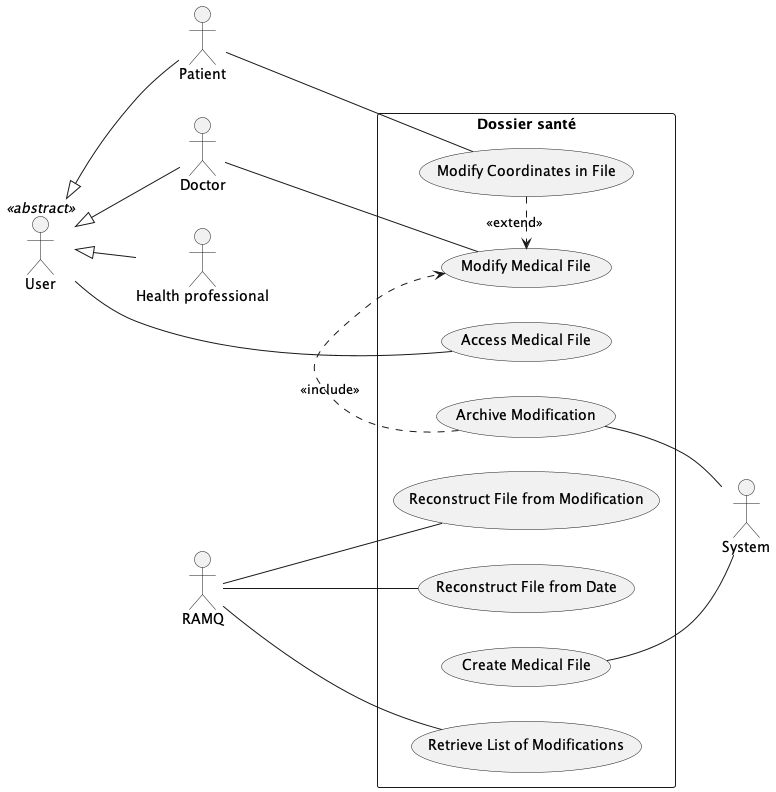
Earlier version of the PlantUML export plantUml/use-case.png (KevenJAntenor/Quebec-Centralized-Medical-Record-System).
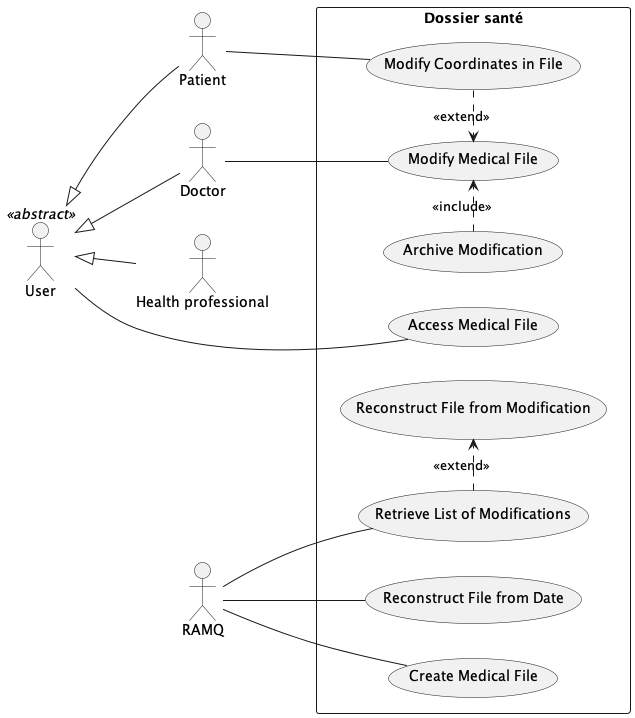
Later version of the same file.

Commit message:
Correct use casse diagrame, remove system actor

Change to the diagram source:
```diff
@@ -7,7 +7,7 @@
 actor "Doctor" as doctor
 actor "Health professional" as health_professional
 actor "RAMQ" as ramq
-actor "System" as sys
+
 rectangle "Dossier santé" {
   user <|-- patient
   user <|-- doctor
@@ -17,11 +17,15 @@
   patient -- (Modify Coordinates in File)
   (Modify Coordinates in File) .> (Modify Medical File) : <<extend>>
   (Archive Modification) .> (Modify Medical File) : <<include>>
-  sys -up- (Archive Modification)
-  sys -- (Create Medical File)
-  ramq -- (Reconstruct File from Modification)
+
+together {
+  ramq -- (Retrieve List of Modifications)
+
+  (Retrieve List of Modifications) .> (Reconstruct File from Modification) : <<extend>>
+}
   ramq -- (Reconstruct File from Date)
-  ramq -- (Retrieve List of Modifications)
+  ramq -- (Create Medical File)
+
 }
 
 @enduml
```
